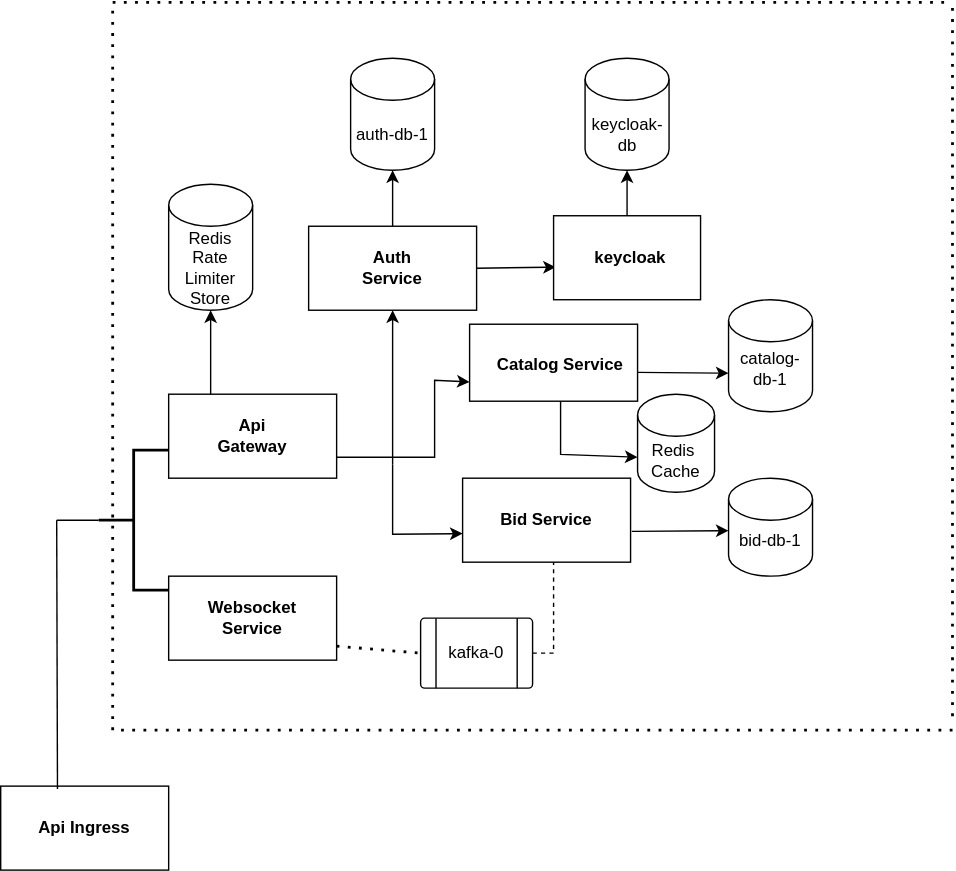
Before: nilami.svg, a diagram exported from draw.io (samnayak1/nilami-spring-microservice). Source tidied: cells renumbered, new cells last; positions are measured from the earlier drawing's top-left corner, leaving out a move shared by most shapes.
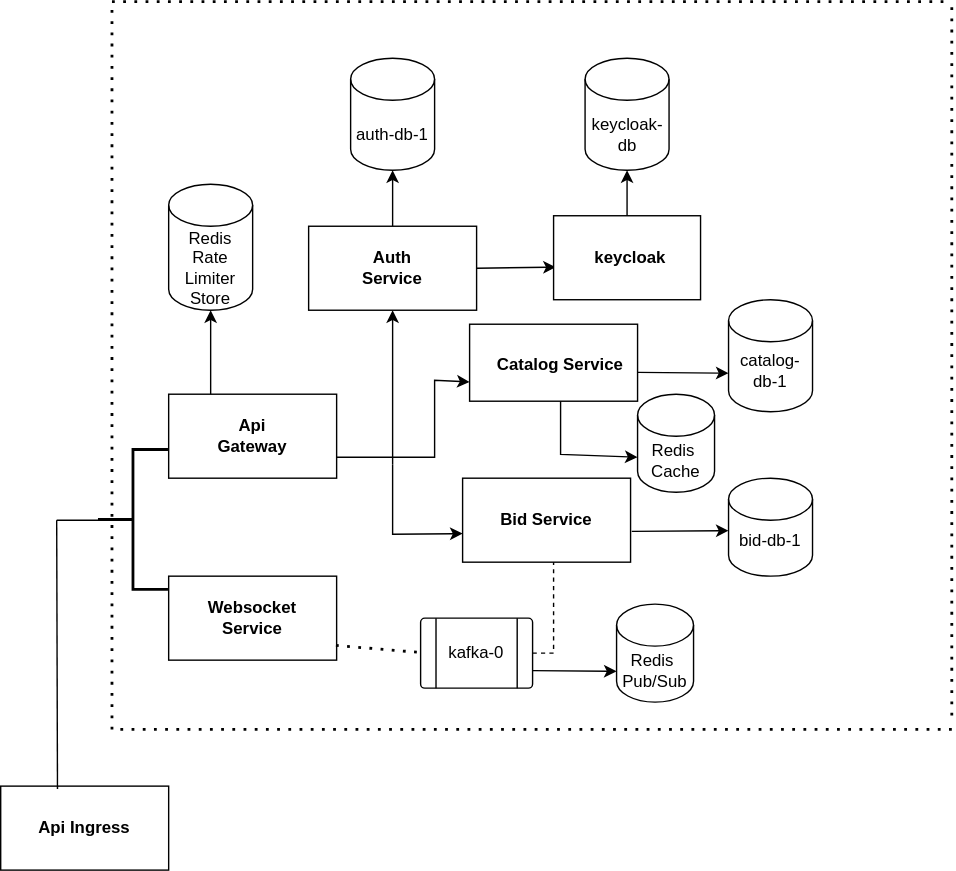
The same diagram one commit later.

Commit message:
fixed svg in readme to add redis pub sub in diagram

Change to the diagram source:
```diff
@@ -203,5 +203,13 @@
         </Array>
       </mxGeometry>
     </mxCell>
+    <mxCell id="53" style="endArrow=classic;html=1;rounded=0;exitX=1;exitY=0.75;exitDx=0;exitDy=0;" parent="1" edge="1" source="31">
+      <mxGeometry relative="1" as="geometry">
+        <mxPoint x="440" y="478" as="targetPoint" />
+      </mxGeometry>
+    </mxCell>
+    <mxCell id="54" value="&lt;div&gt;Redis&amp;nbsp;&lt;/div&gt;&lt;div&gt;Pub/Sub&lt;/div&gt;" style="shape=cylinder3;whiteSpace=wrap;html=1;boundedLbl=1;backgroundOutline=1;size=15;" parent="1" vertex="1">
+      <mxGeometry x="440" y="430" width="55" height="70" as="geometry" />
+    </mxCell>
   </root>
 </mxGraphModel>
```
